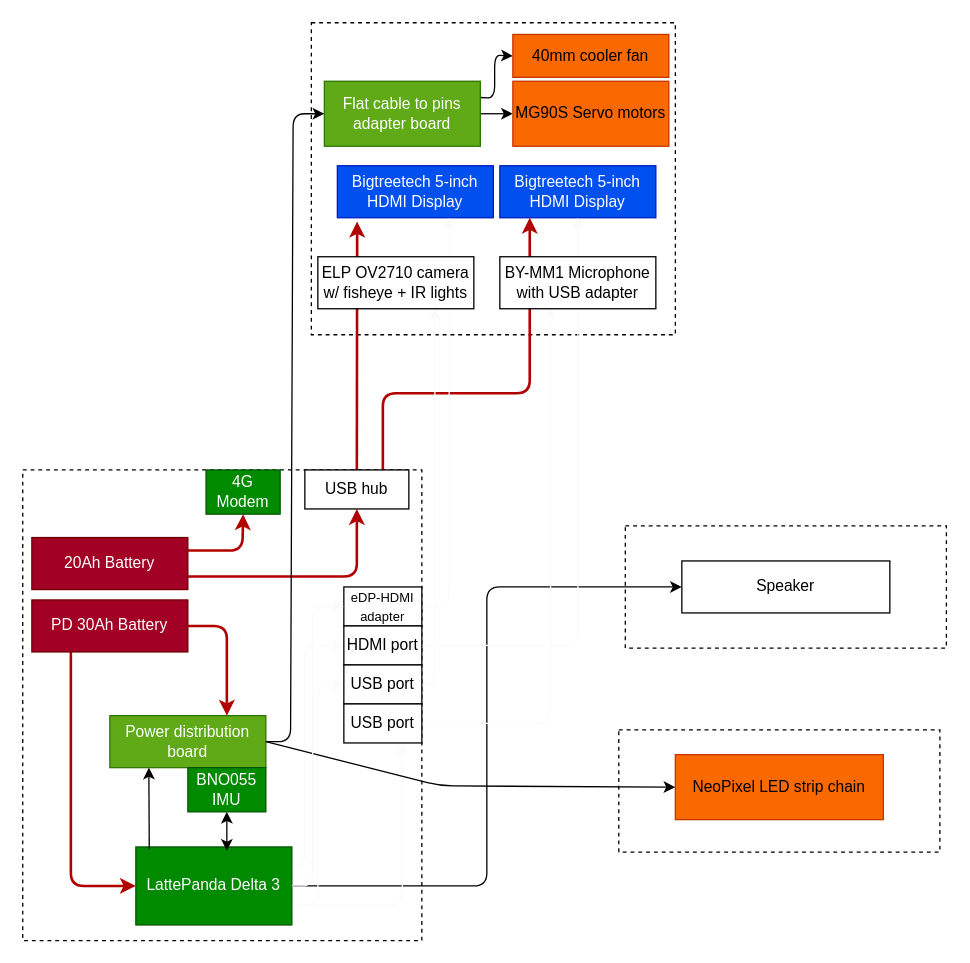
Above: Planning/Hardware.drawio in MekhyW/DYNAMO-Electronic_Fursuit-2.0 (draw.io), before the change. Source tidied: cells renumbered, new cells numbered last; positions are measured from the earlier drawing's top-left corner, leaving out a move shared by most shapes. Both pictures are drawn from the tidied source at 130%, with x=0, y=0 at pixel (22, 22).
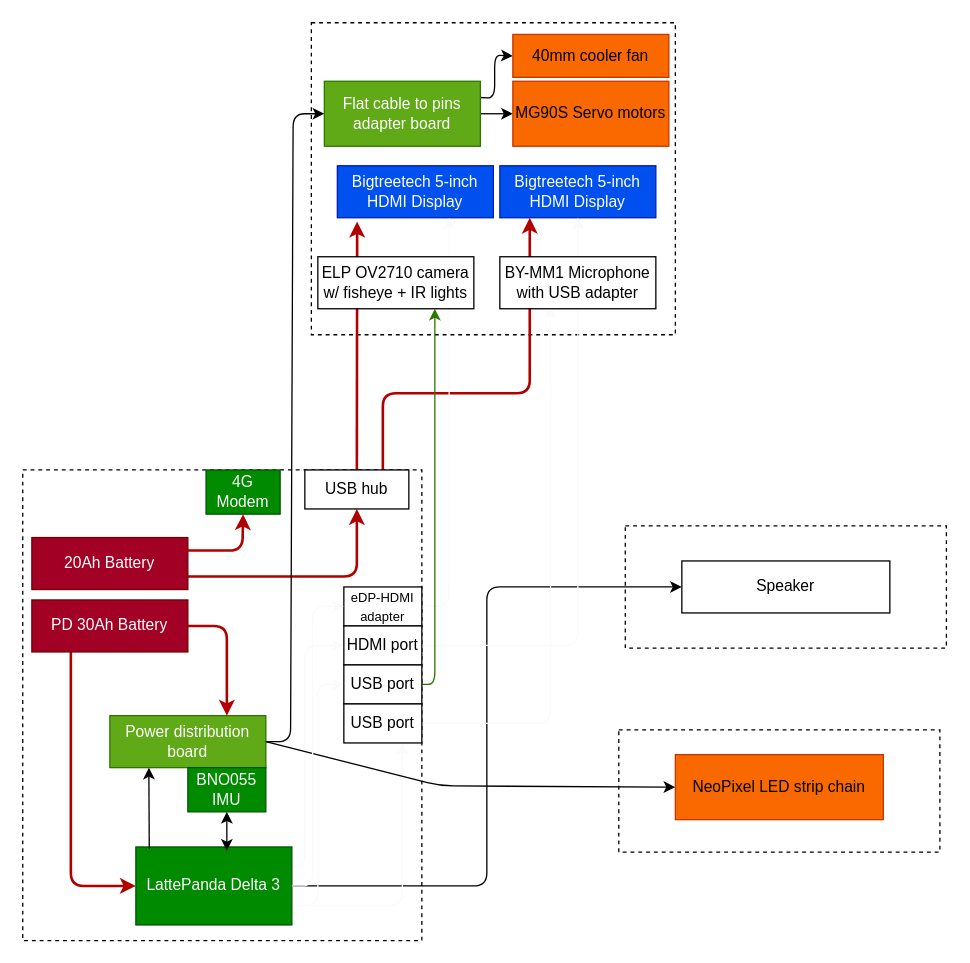
The same page after the edit.

The change refers to these unchanged cells:
```xml
<mxCell id="8" value="Bigtreetech 5-inch HDMI Display" style="rounded=0;whiteSpace=wrap;html=1;fillColor=#0050ef;fontColor=#ffffff;strokeColor=#001DBC;" parent="1" vertex="1">
  <mxGeometry x="367" y="110" width="120" height="40" as="geometry" />
</mxCell>
<mxCell id="22" value="Bigtreetech 5-inch HDMI Display" style="rounded=0;whiteSpace=wrap;html=1;fillColor=#0050ef;fontColor=#ffffff;strokeColor=#001DBC;" parent="1" vertex="1">
  <mxGeometry x="242" y="110" width="120" height="40" as="geometry" />
</mxCell>
<mxCell id="33" value="&lt;span style=&quot;font-size: 10px;&quot;&gt;eDP-HDMI adapter&lt;/span&gt;" style="rounded=0;whiteSpace=wrap;html=1;" parent="1" vertex="1">
  <mxGeometry x="247" y="434" width="60" height="30" as="geometry" />
</mxCell>
<mxCell id="35" value="HDMI port" style="rounded=0;whiteSpace=wrap;html=1;" parent="1" vertex="1">
  <mxGeometry x="247" y="464" width="60" height="30" as="geometry" />
</mxCell>
<mxCell id="37" value="USB port" style="rounded=0;whiteSpace=wrap;html=1;" parent="1" vertex="1">
  <mxGeometry x="247" y="494" width="60" height="30" as="geometry" />
</mxCell>
<mxCell id="39" value="USB port" style="rounded=0;whiteSpace=wrap;html=1;" parent="1" vertex="1">
  <mxGeometry x="247" y="524" width="60" height="30" as="geometry" />
</mxCell>
<mxCell id="40" value="ELP OV2710 camera w/ fisheye + IR lights" style="rounded=0;whiteSpace=wrap;html=1;" parent="1" vertex="1">
  <mxGeometry x="227" y="180" width="120" height="40" as="geometry" />
</mxCell>
```

The edit, as a diff of the source:
```diff
@@
-    <mxCell id="32" style="edgeStyle=none;html=1;exitX=1;exitY=0.5;exitDx=0;exitDy=0;entryX=0.717;entryY=1;entryDx=0;entryDy=0;strokeColor=#FAFAFA;strokeWidth=1;startArrow=none;startFill=0;entryPerimeter=0;" parent="1" edge="1" source="33" target="22">
+    <mxCell id="32" style="edgeStyle=none;html=1;exitX=1;exitY=0.5;exitDx=0;exitDy=0;entryX=0.717;entryY=1;entryDx=0;entryDy=0;strokeColor=light-dark(#FAFAFA,#FFFFFF);strokeWidth=1;startArrow=none;startFill=0;entryPerimeter=0;" parent="1" edge="1" source="33" target="22">
       <mxGeometry relative="1" as="geometry">
         <Array as="points">
           <mxPoint x="328" y="449" />
         </Array>
       </mxGeometry>
     </mxCell>
@@
-    <mxCell id="34" style="edgeStyle=none;html=1;exitX=1;exitY=0.5;exitDx=0;exitDy=0;entryX=0.5;entryY=1;entryDx=0;entryDy=0;strokeColor=#FAFAFA;strokeWidth=1;startArrow=none;startFill=0;" parent="1" edge="1" source="35" target="8">
+    <mxCell id="34" style="edgeStyle=none;html=1;exitX=1;exitY=0.5;exitDx=0;exitDy=0;entryX=0.5;entryY=1;entryDx=0;entryDy=0;strokeColor=light-dark(#FAFAFA,#EDEDED);strokeWidth=1;startArrow=none;startFill=0;" parent="1" edge="1" source="35" target="8">
       <mxGeometry relative="1" as="geometry">
         <Array as="points">
           <mxPoint x="427" y="479" />
         </Array>
       </mxGeometry>
     </mxCell>
@@
-    <mxCell id="36" style="edgeStyle=none;html=1;exitX=1;exitY=0.5;exitDx=0;exitDy=0;entryX=0.75;entryY=1;entryDx=0;entryDy=0;strokeColor=#FAFAFA;strokeWidth=1;fontSize=8;startArrow=none;startFill=0;" parent="1" edge="1" source="37" target="40">
+    <mxCell id="36" style="edgeStyle=none;html=1;exitX=1;exitY=0.5;exitDx=0;exitDy=0;entryX=0.75;entryY=1;entryDx=0;entryDy=0;strokeColor=light-dark(#2D7600,#FFFFFF);strokeWidth=1;fontSize=8;startArrow=none;startFill=0;fillColor=#60a917;" parent="1" edge="1" source="37" target="40">
       <mxGeometry relative="1" as="geometry">
         <Array as="points">
           <mxPoint x="317" y="509" />
         </Array>
       </mxGeometry>
     </mxCell>
@@
-    <mxCell id="38" style="edgeStyle=none;html=1;exitX=1;exitY=0.5;exitDx=0;exitDy=0;strokeColor=#FAFAFA;strokeWidth=1;fontSize=8;startArrow=none;startFill=0;" parent="1" edge="1" source="39">
+    <mxCell id="38" style="edgeStyle=none;html=1;exitX=1;exitY=0.5;exitDx=0;exitDy=0;strokeColor=light-dark(#FAFAFA,#F7F7F7);strokeWidth=1;fontSize=8;startArrow=none;startFill=0;" parent="1" edge="1" source="39">
       <mxGeometry relative="1" as="geometry">
         <mxPoint x="406" y="218" as="targetPoint" />
         <Array as="points">
           <mxPoint x="406" y="539" />
         </Array>
       </mxGeometry>
     </mxCell>
```
